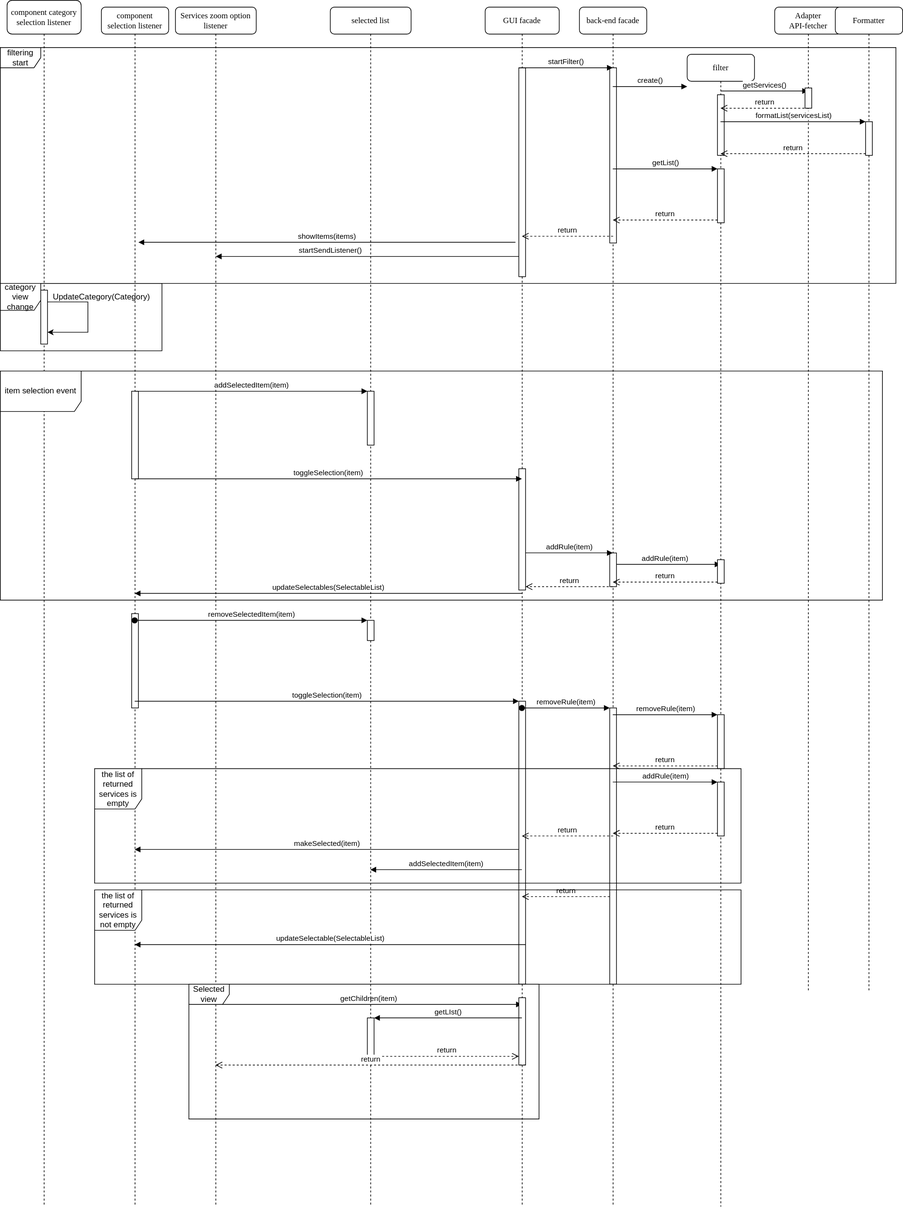
Geostartico/Trusted-list-browser keeps this draw.io diagram as documentation/behaviour/internal_behaviour/internal_behaviour.svg. Above is the earlier version. Source tidied: cells renumbered, new cells last; positions are measured from the earlier drawing's top-left corner, leaving out a move shared by most shapes.
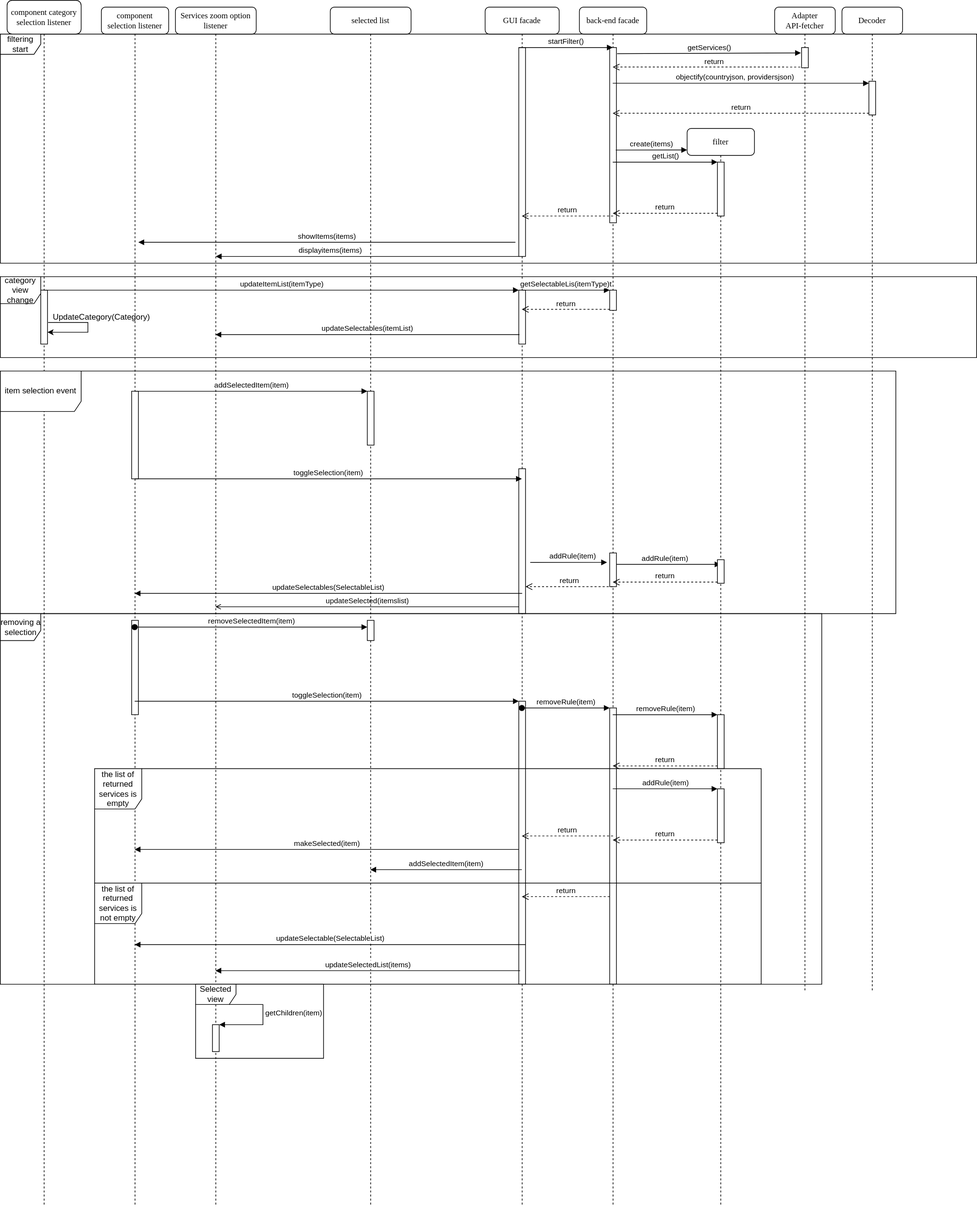
The same file after the commit.

Change to the diagram source:
```diff
@@ -7,6 +7,11 @@
     </mxCell>
+    <mxCell id="73" style="html=1;points=[];perimeter=orthogonalPerimeter;" parent="2" vertex="1">
+      <mxGeometry x="55" y="1510" width="10" height="40" as="geometry" />
+    </mxCell>
-    <mxCell id="3" value="getChildren(item)" style="html=1;verticalAlign=bottom;endArrow=block;rounded=0;" parent="2" edge="1">
+    <mxCell id="3" value="getChildren(item)" style="edgeStyle=orthogonalEdgeStyle;html=1;align=left;spacingLeft=2;endArrow=block;rounded=0;entryX=1;entryY=0;" parent="2" edge="1" source="2" target="73">
       <mxGeometry relative="1" as="geometry">
-        <mxPoint x="60" y="1480" as="sourcePoint" />
-        <mxPoint x="514.5" y="1480" as="targetPoint" />
+        <Array as="points">
+          <mxPoint x="130" y="1480" />
+          <mxPoint x="130" y="1510" />
+        </Array>
       </mxGeometry>
@@ -19,5 +24,2 @@
     </mxCell>
-    <mxCell id="6" style="html=1;points=[];perimeter=orthogonalPerimeter;" parent="4" vertex="1">
-      <mxGeometry x="55" y="1500" width="10" height="60" as="geometry" />
-    </mxCell>
     <mxCell id="7" style="html=1;points=[];perimeter=orthogonalPerimeter;" parent="4" vertex="1">
@@ -29,10 +31,7 @@
     <mxCell id="9" style="rounded=0;whiteSpace=wrap;html=1;" parent="8" vertex="1">
-      <mxGeometry x="50" y="90" width="10" height="310" as="geometry" />
+      <mxGeometry x="50" y="60" width="10" height="310" as="geometry" />
     </mxCell>
     <mxCell id="10" style="html=1;points=[];perimeter=orthogonalPerimeter;" parent="8" vertex="1">
-      <mxGeometry x="50" y="685" width="10" height="180" as="geometry" />
+      <mxGeometry x="50" y="685" width="10" height="215" as="geometry" />
     </mxCell>
-    <mxCell id="11" style="html=1;perimeter=orthogonalPerimeter;" parent="8" vertex="1">
-      <mxGeometry x="50" y="1470" width="10" height="100" as="geometry" />
-    </mxCell>
     <mxCell id="12" style="html=1;points=[];perimeter=orthogonalPerimeter;" parent="8" vertex="1">
@@ -45,2 +44,5 @@
     </mxCell>
+    <mxCell id="74" style="html=1;points=[];perimeter=orthogonalPerimeter;" parent="8" vertex="1">
+      <mxGeometry x="50" y="420" width="10" height="80" as="geometry" />
+    </mxCell>
     <mxCell id="14" value="back-end facade" style="shape=umlLifeline;perimeter=lifelinePerimeter;whiteSpace=wrap;html=1;outlineConnect=0;rounded=1;shadow=0;comic=0;labelBackgroundColor=none;strokeWidth=1;fontFamily=Verdana;fontSize=12;align=center;" parent="1" vertex="1">
@@ -49,3 +51,3 @@
     <mxCell id="15" style="html=1;points=[];perimeter=orthogonalPerimeter;" parent="14" vertex="1">
-      <mxGeometry x="45" y="90" width="10" height="260" as="geometry" />
+      <mxGeometry x="45" y="60" width="10" height="260" as="geometry" />
     </mxCell>
@@ -67,28 +69,26 @@
     </mxCell>
+    <mxCell id="75" style="html=1;points=[];perimeter=orthogonalPerimeter;" parent="14" vertex="1">
+      <mxGeometry x="45" y="420" width="10" height="30" as="geometry" />
+    </mxCell>
     <mxCell id="20" value="filter" style="shape=umlLifeline;perimeter=lifelinePerimeter;whiteSpace=wrap;html=1;outlineConnect=0;rounded=1;shadow=0;comic=0;labelBackgroundColor=none;strokeWidth=1;fontFamily=Verdana;fontSize=12;align=center;" parent="1" vertex="1">
-      <mxGeometry x="1020" y="80" width="100" height="1710" as="geometry" />
+      <mxGeometry x="1020" y="190" width="100" height="1600" as="geometry" />
     </mxCell>
-    <mxCell id="21" value="getServices()" style="html=1;verticalAlign=bottom;endArrow=block;rounded=0;" parent="20" edge="1" target="27">
-      <mxGeometry relative="1" as="geometry">
-        <mxPoint x="50" y="54.5" as="sourcePoint" />
-      </mxGeometry>
-    </mxCell>
-    <mxCell id="22" style="html=1;perimeter=orthogonalPerimeter;" parent="20" vertex="1">
-      <mxGeometry x="45" y="60" width="10" height="90" as="geometry" />
-    </mxCell>
     <mxCell id="23" style="html=1;points=[];perimeter=orthogonalPerimeter;" parent="20" vertex="1">
-      <mxGeometry x="45" y="170" width="10" height="80" as="geometry" />
+      <mxGeometry x="45" y="50" width="10" height="80" as="geometry" />
     </mxCell>
     <mxCell id="24" style="html=1;points=[];perimeter=orthogonalPerimeter;" parent="20" vertex="1">
-      <mxGeometry x="45" y="750" width="10" height="35" as="geometry" />
+      <mxGeometry x="45" y="640" width="10" height="35" as="geometry" />
     </mxCell>
     <mxCell id="25" style="html=1;points=[];perimeter=orthogonalPerimeter;" parent="20" vertex="1">
-      <mxGeometry x="45" y="980" width="10" height="80" as="geometry" />
+      <mxGeometry x="45" y="870" width="10" height="80" as="geometry" />
     </mxCell>
     <mxCell id="26" style="html=1;points=[];perimeter=orthogonalPerimeter;" parent="20" vertex="1">
-      <mxGeometry x="45" y="1080" width="10" height="80" as="geometry" />
+      <mxGeometry x="45" y="980" width="10" height="80" as="geometry" />
     </mxCell>
     <mxCell id="27" value="&lt;div&gt;Adapter&lt;/div&gt;&lt;div&gt;API-fetcher&lt;/div&gt;" style="shape=umlLifeline;perimeter=lifelinePerimeter;whiteSpace=wrap;html=1;outlineConnect=0;rounded=1;shadow=0;comic=0;labelBackgroundColor=none;strokeWidth=1;fontFamily=Verdana;fontSize=12;align=center;" parent="1" vertex="1">
-      <mxGeometry x="1150" y="10" width="100" height="1460" as="geometry" />
+      <mxGeometry x="1150" y="10" width="90" height="1460" as="geometry" />
     </mxCell>
+    <mxCell id="47" style="html=1;points=[];perimeter=orthogonalPerimeter;" parent="27" vertex="1">
+      <mxGeometry x="40" y="60" width="10" height="30" as="geometry" />
+    </mxCell>
     <mxCell id="28" value="component selection listener" style="shape=umlLifeline;perimeter=lifelinePerimeter;whiteSpace=wrap;html=1;outlineConnect=0;rounded=1;shadow=0;comic=0;labelBackgroundColor=none;strokeWidth=1;fontFamily=Verdana;fontSize=12;align=center;" parent="1" vertex="1">
@@ -100,9 +100,8 @@
     <mxCell id="30" style="html=1;perimeter=orthogonalPerimeter;" parent="28" vertex="1">
-      <mxGeometry x="45" y="900" width="10" height="140" as="geometry" />
+      <mxGeometry x="45" y="910" width="10" height="140" as="geometry" />
     </mxCell>
-    <mxCell id="31" value="return" style="html=1;verticalAlign=bottom;endArrow=open;dashed=1;endSize=8;rounded=0;" parent="1" edge="1" target="20">
-      <mxGeometry relative="1" as="geometry">
-        <mxPoint x="1200" y="160" as="sourcePoint" />
+    <mxCell id="31" value="return" style="html=1;verticalAlign=bottom;endArrow=open;dashed=1;endSize=8;rounded=0;exitX=-0.2;exitY=0.967;exitDx=0;exitDy=0;exitPerimeter=0;" parent="1" edge="1" source="47" target="14">
+      <mxGeometry x="-0.08" y="1" relative="1" as="geometry">
         <Array as="points">
-          <mxPoint x="1160" y="160" />
+          <mxPoint x="1150" y="99" />
         </Array>
@@ -110,5 +109,6 @@
     </mxCell>
-    <mxCell id="32" value="return" style="html=1;verticalAlign=bottom;endArrow=open;dashed=1;endSize=8;rounded=0;" parent="1" edge="1" target="8">
+    <mxCell id="32" value="return" style="html=1;verticalAlign=bottom;endArrow=open;dashed=1;endSize=8;rounded=0;" parent="1" edge="1">
       <mxGeometry relative="1" as="geometry">
-        <mxPoint x="910" y="350" as="sourcePoint" />
+        <mxPoint x="910" y="320" as="sourcePoint" />
+        <mxPoint x="774.5" y="320" as="targetPoint" />
       </mxGeometry>
@@ -121,17 +121,20 @@
     </mxCell>
-    <mxCell id="34" value="create()" style="html=1;verticalAlign=bottom;endArrow=block;rounded=0;entryX=0;entryY=0.028;entryDx=0;entryDy=0;entryPerimeter=0;" parent="1" edge="1" source="14" target="20">
-      <mxGeometry relative="1" as="geometry" />
+    <mxCell id="34" value="create(items)" style="html=1;verticalAlign=bottom;endArrow=block;rounded=0;exitX=0.9;exitY=0.585;exitDx=0;exitDy=0;exitPerimeter=0;" parent="1" edge="1" source="15">
+      <mxGeometry relative="1" as="geometry">
+        <mxPoint x="1020" y="222" as="targetPoint" />
+        <Array as="points">
+          <mxPoint x="990" y="222" />
+        </Array>
+      </mxGeometry>
     </mxCell>
-    <mxCell id="35" value="Formatter" style="shape=umlLifeline;perimeter=lifelinePerimeter;whiteSpace=wrap;html=1;rounded=1;shadow=0;comic=0;labelBackgroundColor=none;strokeWidth=1;fontFamily=Verdana;fontSize=12;align=center;" parent="1" vertex="1">
-      <mxGeometry x="1240" y="10" width="100" height="1460" as="geometry" />
+    <mxCell id="35" value="Decoder" style="shape=umlLifeline;perimeter=lifelinePerimeter;whiteSpace=wrap;html=1;rounded=1;shadow=0;comic=0;labelBackgroundColor=none;strokeWidth=1;fontFamily=Verdana;fontSize=12;align=center;" parent="1" vertex="1">
+      <mxGeometry x="1250" y="10" width="90" height="1460" as="geometry" />
     </mxCell>
     <mxCell id="36" style="html=1;points=[];perimeter=orthogonalPerimeter;" parent="35" vertex="1">
-      <mxGeometry x="45" y="170" width="10" height="50" as="geometry" />
+      <mxGeometry x="40" y="110" width="10" height="50" as="geometry" />
     </mxCell>
-    <mxCell id="37" value="formatList(servicesList)" style="html=1;verticalAlign=bottom;endArrow=block;entryX=0;entryY=0;rounded=0;" parent="1" edge="1" target="36">
-      <mxGeometry relative="1" as="geometry">
-        <mxPoint x="1069.5" y="180" as="sourcePoint" />
-      </mxGeometry>
+    <mxCell id="37" value="objectify(countryjson, providersjson)" style="html=1;verticalAlign=bottom;endArrow=block;rounded=0;entryX=0;entryY=0.06;entryDx=0;entryDy=0;entryPerimeter=0;" parent="1" edge="1" source="14" target="36">
+      <mxGeometry x="-0.05" relative="1" as="geometry" />
     </mxCell>
-    <mxCell id="38" value="return" style="html=1;verticalAlign=bottom;endArrow=open;dashed=1;endSize=8;exitX=0;exitY=0.95;rounded=0;" parent="1" edge="1" source="36" target="20">
+    <mxCell id="38" value="return" style="html=1;verticalAlign=bottom;endArrow=open;dashed=1;endSize=8;exitX=0;exitY=0.95;rounded=0;" parent="1" edge="1" source="36" target="14">
       <mxGeometry relative="1" as="geometry" />
@@ -148,6 +151,6 @@
     <mxCell id="42" value="filtering start" style="shape=umlFrame;whiteSpace=wrap;html=1;" parent="1" vertex="1">
-      <mxGeometry y="70" width="1330" height="350" as="geometry" />
+      <mxGeometry y="50" width="1450" height="340" as="geometry" />
     </mxCell>
     <mxCell id="43" value="category view change" style="shape=umlFrame;whiteSpace=wrap;html=1;width=60;height=40;" parent="1" vertex="1">
-      <mxGeometry y="420" width="240" height="100" as="geometry" />
+      <mxGeometry y="410" width="1450" height="120" as="geometry" />
     </mxCell>
@@ -156,5 +159,4 @@
     </mxCell>
-    <mxCell id="45" style="edgeStyle=elbowEdgeStyle;elbow=horizontal;endArrow=classic;html=1;rounded=0;" parent="1" edge="1">
+    <mxCell id="45" style="edgeStyle=elbowEdgeStyle;elbow=horizontal;endArrow=classic;html=1;rounded=0;exitX=1.1;exitY=0.6;exitDx=0;exitDy=0;exitPerimeter=0;" parent="1" edge="1" source="44">
       <mxGeometry relative="1" as="geometry">
-        <mxPoint x="70" y="447.5" as="sourcePoint" />
         <mxPoint x="70" y="492.5" as="targetPoint" />
@@ -166,7 +168,4 @@
     <mxCell id="46" value="UpdateCategory(Category)" style="text;html=1;align=center;verticalAlign=middle;strokeColor=none;fillColor=none;" parent="1" vertex="1">
-      <mxGeometry x="70" y="430" width="160" height="20" as="geometry" />
+      <mxGeometry x="70" y="460" width="160" height="20" as="geometry" />
     </mxCell>
-    <mxCell id="47" style="html=1;points=[];perimeter=orthogonalPerimeter;" parent="1" vertex="1">
-      <mxGeometry x="1195" y="130" width="10" height="30" as="geometry" />
-    </mxCell>
     <mxCell id="48" value="addSelectedItem(item)" style="html=1;verticalAlign=bottom;endArrow=block;entryX=0;entryY=0;rounded=0;" parent="1" edge="1" source="28" target="5">
@@ -179,4 +178,4 @@
     </mxCell>
-    <mxCell id="50" value="addRule(item)" style="html=1;verticalAlign=bottom;endArrow=block;rounded=0;exitX=1;exitY=0.694;exitDx=0;exitDy=0;exitPerimeter=0;" parent="1" edge="1" source="10" target="14">
-      <mxGeometry relative="1" as="geometry" />
+    <mxCell id="50" value="addRule(item)" style="html=1;verticalAlign=bottom;endArrow=block;rounded=0;exitX=1.7;exitY=0.647;exitDx=0;exitDy=0;exitPerimeter=0;entryX=-0.4;entryY=0.28;entryDx=0;entryDy=0;entryPerimeter=0;" parent="1" edge="1" source="10" target="17">
+      <mxGeometry x="0.11" relative="1" as="geometry" />
     </mxCell>
@@ -191,16 +190,6 @@
     <mxCell id="53" value="item selection event" style="shape=umlFrame;whiteSpace=wrap;html=1;width=120;height=60;" parent="1" vertex="1">
-      <mxGeometry y="550" width="1310" height="340" as="geometry" />
+      <mxGeometry y="550" width="1330" height="360" as="geometry" />
     </mxCell>
-    <mxCell id="54" value="getLIst()" style="html=1;verticalAlign=bottom;endArrow=block;entryX=1;entryY=0;rounded=0;" parent="1" edge="1" target="6">
-      <mxGeometry relative="1" as="geometry">
-        <mxPoint x="774.5" y="1510" as="sourcePoint" />
-      </mxGeometry>
-    </mxCell>
-    <mxCell id="55" value="return" style="html=1;verticalAlign=bottom;endArrow=open;dashed=1;endSize=8;exitX=1;exitY=0.95;rounded=0;" parent="1" edge="1" source="6">
-      <mxGeometry relative="1" as="geometry">
-        <mxPoint x="770" y="1567" as="targetPoint" />
-      </mxGeometry>
-    </mxCell>
     <mxCell id="56" value="Selected view" style="shape=umlFrame;whiteSpace=wrap;html=1;" parent="1" vertex="1">
-      <mxGeometry x="280" y="1460" width="520" height="200" as="geometry" />
+      <mxGeometry x="290" y="1460" width="190" height="110" as="geometry" />
     </mxCell>
@@ -208,7 +197,7 @@
       <mxGeometry relative="1" as="geometry">
-        <mxPoint x="770" y="100" as="sourcePoint" />
-        <mxPoint x="909.5" y="100" as="targetPoint" />
+        <mxPoint x="770" y="70" as="sourcePoint" />
+        <mxPoint x="909.5" y="70" as="targetPoint" />
       </mxGeometry>
     </mxCell>
-    <mxCell id="58" value="startSendListener()" style="html=1;verticalAlign=bottom;endArrow=block;rounded=0;" parent="1" edge="1">
+    <mxCell id="58" value="displayitems(items)" style="html=1;verticalAlign=bottom;endArrow=block;rounded=0;" parent="1" edge="1">
       <mxGeometry x="0.24" relative="1" as="geometry">
@@ -227,8 +216,2 @@
     </mxCell>
-    <mxCell id="60" value="return" style="html=1;verticalAlign=bottom;endArrow=open;dashed=1;endSize=8;rounded=0;" parent="1" edge="1">
-      <mxGeometry relative="1" as="geometry">
-        <mxPoint x="780" y="1580" as="sourcePoint" />
-        <mxPoint x="319.5" y="1580" as="targetPoint" />
-      </mxGeometry>
-    </mxCell>
     <mxCell id="61" value="toggleSelection(item)" style="html=1;verticalAlign=bottom;endArrow=block;entryX=0;entryY=0;rounded=0;" parent="1" edge="1" target="12">
@@ -254,3 +237,7 @@
     <mxCell id="65" value="removeSelectedItem(item)" style="html=1;verticalAlign=bottom;startArrow=oval;endArrow=block;startSize=8;rounded=0;" parent="1" edge="1" source="28" target="7">
-      <mxGeometry relative="1" as="geometry" />
+      <mxGeometry relative="1" as="geometry">
+        <Array as="points">
+          <mxPoint x="310" y="930" />
+        </Array>
+      </mxGeometry>
     </mxCell>
@@ -278,3 +265,3 @@
     <mxCell id="70" value="the list of returned services is empty" style="shape=umlFrame;whiteSpace=wrap;html=1;width=70;height=60;" parent="1" vertex="1">
-      <mxGeometry x="140" y="1140" width="960" height="170" as="geometry" />
+      <mxGeometry x="140" y="1140" width="990" height="170" as="geometry" />
     </mxCell>
@@ -284,4 +271,28 @@
     <mxCell id="72" value="the list of returned services is not empty" style="shape=umlFrame;whiteSpace=wrap;html=1;width=70;height=60;" parent="1" vertex="1">
-      <mxGeometry x="140" y="1320" width="960" height="140" as="geometry" />
+      <mxGeometry x="140" y="1310" width="990" height="150" as="geometry" />
     </mxCell>
+    <mxCell id="76" value="updateSelected(itemslist)" style="html=1;verticalAlign=bottom;labelBackgroundColor=none;endArrow=open;endFill=0;rounded=0;exitX=0;exitY=0.953;exitDx=0;exitDy=0;exitPerimeter=0;" parent="1" edge="1" source="10" target="2">
+      <mxGeometry relative="1" as="geometry" />
+    </mxCell>
+    <mxCell id="21" value="getServices()" style="html=1;verticalAlign=bottom;endArrow=block;rounded=0;exitX=1.1;exitY=0.035;exitDx=0;exitDy=0;exitPerimeter=0;entryX=-0.1;entryY=0.267;entryDx=0;entryDy=0;entryPerimeter=0;" parent="1" edge="1" source="15" target="47">
+      <mxGeometry relative="1" as="geometry" />
+    </mxCell>
+    <mxCell id="77" value="updateItemList(itemType)" style="html=1;verticalAlign=bottom;endArrow=block;entryX=0;entryY=0;rounded=0;" parent="1" edge="1" source="41" target="74">
+      <mxGeometry relative="1" as="geometry" />
+    </mxCell>
+    <mxCell id="78" value="return" style="html=1;verticalAlign=bottom;endArrow=open;dashed=1;endSize=8;exitX=0;exitY=0.95;rounded=0;" parent="1" edge="1" source="75" target="8">
+      <mxGeometry relative="1" as="geometry" />
+    </mxCell>
+    <mxCell id="79" value="getSelectableLis(itemType)t" style="html=1;verticalAlign=bottom;endArrow=block;entryX=0;entryY=0;rounded=0;" parent="1" edge="1" source="8" target="75">
+      <mxGeometry relative="1" as="geometry" />
+    </mxCell>
+    <mxCell id="80" value="updateSelectables(itemList)" style="html=1;verticalAlign=bottom;endArrow=block;rounded=0;exitX=0.1;exitY=0.825;exitDx=0;exitDy=0;exitPerimeter=0;" parent="1" edge="1" source="74" target="2">
+      <mxGeometry relative="1" as="geometry" />
+    </mxCell>
+    <mxCell id="81" value="&lt;div&gt;removing a &lt;br&gt;&lt;/div&gt;&lt;div&gt;selection&lt;br&gt;&lt;/div&gt;" style="shape=umlFrame;tabPosition=left;html=1;boundedLbl=1;labelInHeader=1;width=60;height=40;" parent="1" vertex="1">
+      <mxGeometry y="910" width="1220" height="550" as="geometry" />
+    </mxCell>
+    <mxCell id="82" value="updateSelectedList(items)" style="html=1;verticalAlign=bottom;endArrow=block;rounded=0;exitX=0.2;exitY=0.952;exitDx=0;exitDy=0;exitPerimeter=0;" parent="1" edge="1" source="12" target="2">
+      <mxGeometry relative="1" as="geometry" />
+    </mxCell>
   </root>
```
